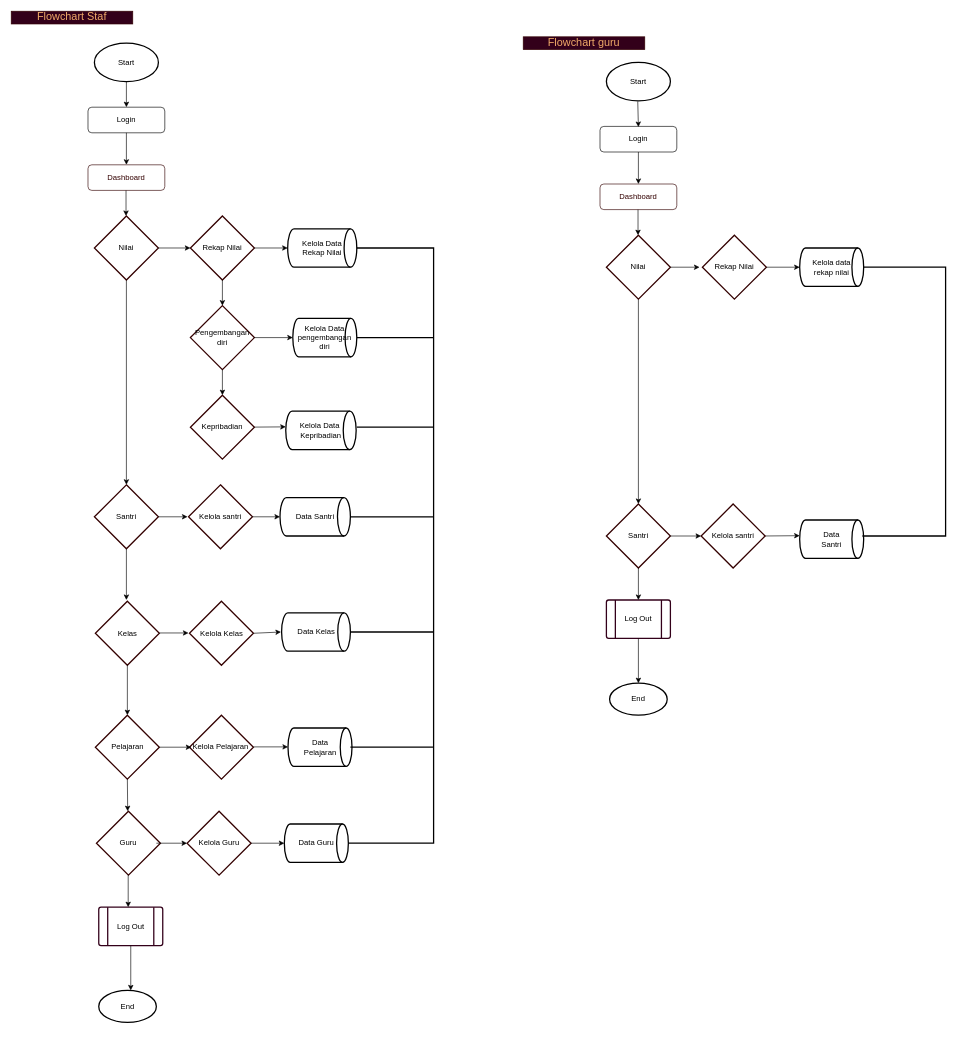
Before: page "Flowchart" (1 of 14) of draw.io/Proyek-3.drawio in Tugas-Proyek-Polindra/proyek-3, a draw.io diagram. Source tidied: cells renumbered, new cells numbered last; positions are measured from the earlier drawing's top-left corner, leaving out a move shared by most shapes. Both pictures are drawn from the tidied source at 64%, with x=0, y=0 at pixel (11, 11).
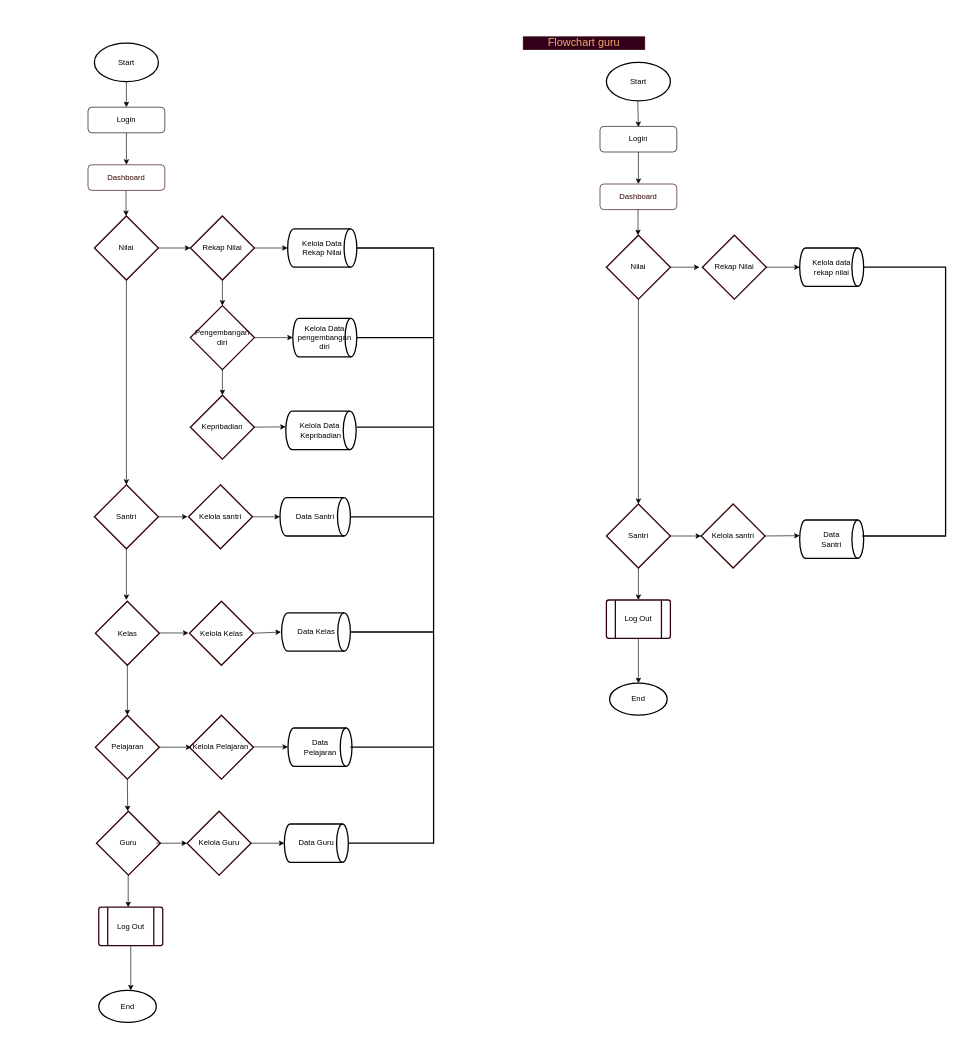
The same diagram, later.

What changed in the source:
```diff
@@
-    <mxCell id="51" value="&lt;font color=&quot;#f0aa69&quot;&gt;&lt;span style=&quot;font-size: 17px&quot;&gt;Flowchart Staf&lt;/span&gt;&lt;/font&gt;" style="text;html=1;align=center;verticalAlign=middle;whiteSpace=wrap;rounded=0;fontColor=#333333;strokeColor=#330000;fillColor=#33001A;" parent="1" vertex="1">
-      <mxGeometry width="190" height="20" as="geometry" />
-    </mxCell>
```
